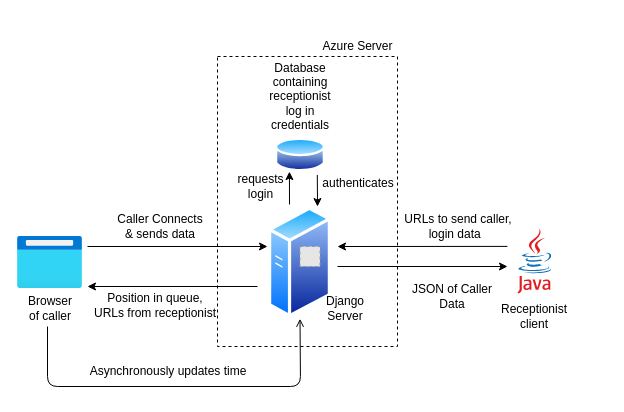
Before: Website/Images/Diagram draw file/System.drawio in UCLComputerScience/COMP0016_Team34.github.io, a draw.io diagram. Source tidied: cells renumbered, new cells numbered last; positions are measured from the earlier drawing's top-left corner, leaving out a move shared by most shapes. Both pictures are drawn from the tidied source at 100%, with x=0, y=0 at pixel (17, 36). Pictures stored in the file or linked from it are replaced by grey dashed boxes.
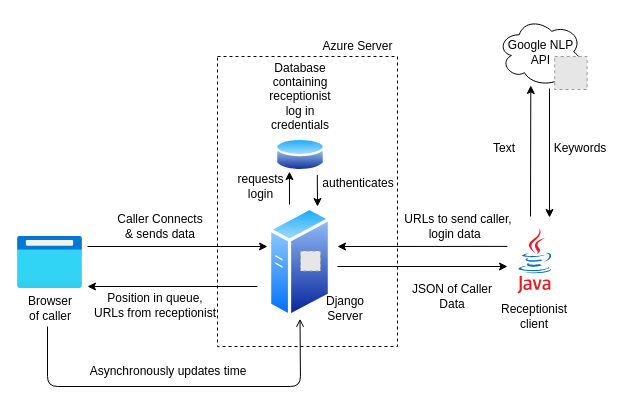
The same diagram, later.

What changed in the source:
```diff
@@
     <mxCell id="18" style="fillColor=#E6E6E6;strokeColor=#999999;dashed=1;html=1;verticalAlign=top;verticalLabelPosition=bottom;labelBackgroundColor=#ffffff;" parent="1" vertex="1">
-      <mxGeometry x="282.5" y="210" width="20" height="20" as="geometry" />
+      <mxGeometry x="283" y="214.5" width="20" height="20" as="geometry" />
     </mxCell>
@@
+    <mxCell id="27" style="endArrow=classic;html=1;" parent="1" edge="1">
+      <mxGeometry relative="1" as="geometry">
+        <mxPoint x="513" y="180" as="sourcePoint" />
+        <mxPoint x="513.3" y="49" as="targetPoint" />
+      </mxGeometry>
+    </mxCell>
+    <mxCell id="28" value="Google NLP&lt;br&gt;API" style="ellipse;shape=cloud;whiteSpace=wrap;html=1;fillColor=none;" parent="1" vertex="1">
+      <mxGeometry x="480" y="-19" width="87" height="69" as="geometry" />
+    </mxCell>
+    <mxCell id="29" style="endArrow=classic;html=1;" parent="1" edge="1">
+      <mxGeometry relative="1" as="geometry">
+        <mxPoint x="532" y="52" as="sourcePoint" />
+        <mxPoint x="532" y="181" as="targetPoint" />
+      </mxGeometry>
+    </mxCell>
+    <mxCell id="30" value="Text" style="text;html=1;strokeColor=none;fillColor=none;align=center;verticalAlign=middle;whiteSpace=wrap;rounded=0;" parent="1" vertex="1">
+      <mxGeometry x="467" y="102" width="40" height="20" as="geometry" />
+    </mxCell>
+    <mxCell id="31" value="Keywords" style="text;html=1;strokeColor=none;fillColor=none;align=center;verticalAlign=middle;whiteSpace=wrap;rounded=0;" parent="1" vertex="1">
+      <mxGeometry x="543" y="102" width="40" height="20" as="geometry" />
+    </mxCell>
+    <mxCell id="32" style="fillColor=#E6E6E6;strokeColor=#999999;dashed=1;verticalLabelPosition=bottom;labelBackgroundColor=#ffffff;verticalAlign=top;" parent="1" vertex="1">
+      <mxGeometry x="537.2" y="20" width="32.4" height="33" as="geometry" />
+    </mxCell>
```
